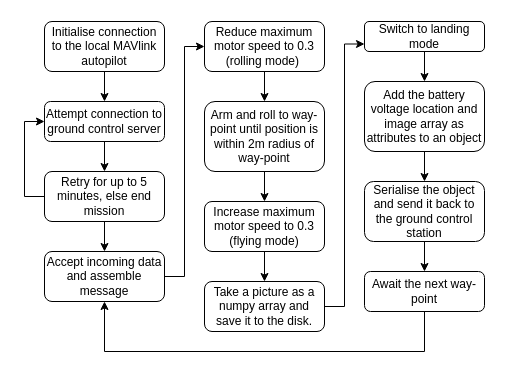
ot316/Masters-Project-Ground-Control-Server keeps this draw.io diagram as client_script.drawio. Above is the earlier version. Source tidied: cells renumbered, new cells numbered last; positions are measured from the earlier drawing's top-left corner, leaving out a move shared by most shapes. Both pictures are drawn from the tidied source at 100%, with x=0, y=0 at pixel (44, 21).
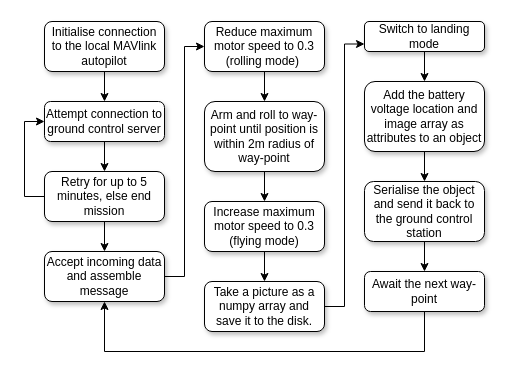
The same diagram, later.

Change to the diagram source:
```diff
@@
-    <mxCell id="3" value="Initialise connection to the local MAVlink autopilot" style="rounded=1;whiteSpace=wrap;html=1;fontSize=12;glass=0;strokeWidth=1;shadow=0;" parent="1" vertex="1">
+    <mxCell id="3" value="Initialise connection to the local MAVlink autopilot" style="rounded=1;whiteSpace=wrap;html=1;fontSize=12;glass=0;strokeWidth=1;shadow=1;" parent="1" vertex="1">
       <mxGeometry width="120" height="50" as="geometry" />
     </mxCell>
@@
-    <mxCell id="5" value="Attempt connection to ground control server" style="rounded=1;whiteSpace=wrap;html=1;fontSize=12;glass=0;strokeWidth=1;shadow=0;" parent="1" vertex="1">
+    <mxCell id="5" value="Attempt connection to ground control server" style="rounded=1;whiteSpace=wrap;html=1;fontSize=12;glass=0;strokeWidth=1;shadow=1;" parent="1" vertex="1">
       <mxGeometry y="80" width="120" height="40" as="geometry" />
     </mxCell>
@@
-    <mxCell id="8" value="Retry for up to 5 minutes, else end mission" style="rounded=1;whiteSpace=wrap;html=1;fontSize=12;glass=0;strokeWidth=1;shadow=0;" parent="1" vertex="1">
+    <mxCell id="8" value="Retry for up to 5 minutes, else end mission" style="rounded=1;whiteSpace=wrap;html=1;fontSize=12;glass=0;strokeWidth=1;shadow=1;" parent="1" vertex="1">
       <mxGeometry y="150" width="120" height="50" as="geometry" />
     </mxCell>
@@
-    <mxCell id="10" value="Accept incoming data and assemble message" style="rounded=1;whiteSpace=wrap;html=1;fontSize=12;glass=0;strokeWidth=1;shadow=0;" parent="1" vertex="1">
+    <mxCell id="10" value="Accept incoming data and assemble message" style="rounded=1;whiteSpace=wrap;html=1;fontSize=12;glass=0;strokeWidth=1;shadow=1;" parent="1" vertex="1">
       <mxGeometry y="230" width="120" height="50" as="geometry" />
     </mxCell>
@@
-    <mxCell id="12" value="Reduce maximum motor speed to 0.3 (rolling mode)&amp;nbsp;" style="rounded=1;whiteSpace=wrap;html=1;fontSize=12;glass=0;strokeWidth=1;shadow=0;" parent="1" vertex="1">
+    <mxCell id="12" value="Reduce maximum motor speed to 0.3 (rolling mode)&amp;nbsp;" style="rounded=1;whiteSpace=wrap;html=1;fontSize=12;glass=0;strokeWidth=1;shadow=1;" parent="1" vertex="1">
       <mxGeometry x="160" width="120" height="50" as="geometry" />
     </mxCell>
@@
-    <mxCell id="14" value="Arm and roll to way-point until position is within 2m radius of way-point" style="rounded=1;whiteSpace=wrap;html=1;fontSize=12;glass=0;strokeWidth=1;shadow=0;" parent="1" vertex="1">
+    <mxCell id="14" value="Arm and roll to way-point until position is within 2m radius of way-point" style="rounded=1;whiteSpace=wrap;html=1;fontSize=12;glass=0;strokeWidth=1;shadow=1;" parent="1" vertex="1">
       <mxGeometry x="160" y="80" width="120" height="70" as="geometry" />
     </mxCell>
@@
-    <mxCell id="16" value="Increase maximum motor speed to 0.3 (flying mode)" style="rounded=1;whiteSpace=wrap;html=1;fontSize=12;glass=0;strokeWidth=1;shadow=0;" parent="1" vertex="1">
+    <mxCell id="16" value="Increase maximum motor speed to 0.3 (flying mode)" style="rounded=1;whiteSpace=wrap;html=1;fontSize=12;glass=0;strokeWidth=1;shadow=1;" parent="1" vertex="1">
       <mxGeometry x="160" y="180" width="120" height="50" as="geometry" />
     </mxCell>
@@
-    <mxCell id="18" value="Take a picture as a numpy array and save it to the disk." style="rounded=1;whiteSpace=wrap;html=1;fontSize=12;glass=0;strokeWidth=1;shadow=0;" parent="1" vertex="1">
+    <mxCell id="18" value="Take a picture as a numpy array and save it to the disk." style="rounded=1;whiteSpace=wrap;html=1;fontSize=12;glass=0;strokeWidth=1;shadow=1;" parent="1" vertex="1">
       <mxGeometry x="160" y="260" width="120" height="50" as="geometry" />
     </mxCell>
@@
-    <mxCell id="20" value="Switch to landing mode" style="rounded=1;whiteSpace=wrap;html=1;fontSize=12;glass=0;strokeWidth=1;shadow=0;" parent="1" vertex="1">
+    <mxCell id="20" value="Switch to landing mode" style="rounded=1;whiteSpace=wrap;html=1;fontSize=12;glass=0;strokeWidth=1;shadow=1;" parent="1" vertex="1">
       <mxGeometry x="320" width="120" height="30" as="geometry" />
     </mxCell>
@@
-    <mxCell id="22" value="Add the battery voltage location and image array as attributes to an object" style="rounded=1;whiteSpace=wrap;html=1;fontSize=12;glass=0;strokeWidth=1;shadow=0;" parent="1" vertex="1">
+    <mxCell id="22" value="Add the battery voltage location and image array as attributes to an object" style="rounded=1;whiteSpace=wrap;html=1;fontSize=12;glass=0;strokeWidth=1;shadow=1;" parent="1" vertex="1">
       <mxGeometry x="320" y="60" width="120" height="70" as="geometry" />
     </mxCell>
@@
-    <mxCell id="24" value="Serialise the object and send it back to the ground control station" style="rounded=1;whiteSpace=wrap;html=1;fontSize=12;glass=0;strokeWidth=1;shadow=0;" parent="1" vertex="1">
+    <mxCell id="24" value="Serialise the object and send it back to the ground control station" style="rounded=1;whiteSpace=wrap;html=1;fontSize=12;glass=0;strokeWidth=1;shadow=1;" parent="1" vertex="1">
       <mxGeometry x="320" y="160" width="120" height="60" as="geometry" />
     </mxCell>
@@
-    <mxCell id="26" value="Await the next way-point" style="rounded=1;whiteSpace=wrap;html=1;fontSize=12;glass=0;strokeWidth=1;shadow=0;" parent="1" vertex="1">
+    <mxCell id="26" value="Await the next way-point" style="rounded=1;whiteSpace=wrap;html=1;fontSize=12;glass=0;strokeWidth=1;shadow=1;" parent="1" vertex="1">
       <mxGeometry x="320" y="250" width="120" height="40" as="geometry" />
     </mxCell>
```
